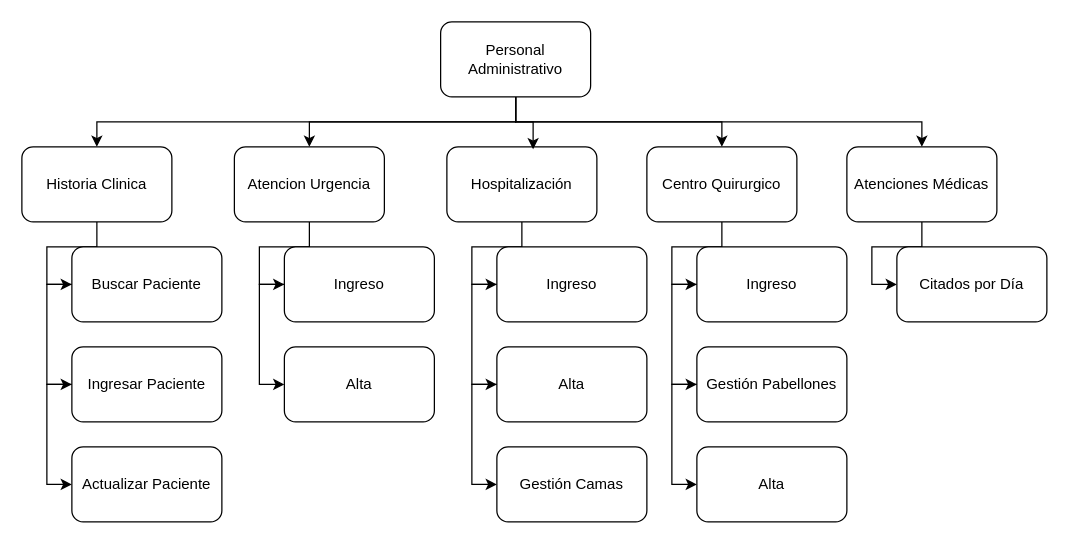
Above: page "Personal Administrativo" (1 of 3) of Diagrama sin título.drawio in JonaNomas/his-diagram (draw.io), before the change. Source tidied: cells renumbered, new cells numbered last; positions are measured from the earlier drawing's top-left corner, leaving out a move shared by most shapes. Both pictures are drawn from the tidied source at 125%, with x=0, y=0 at pixel (21, 21).
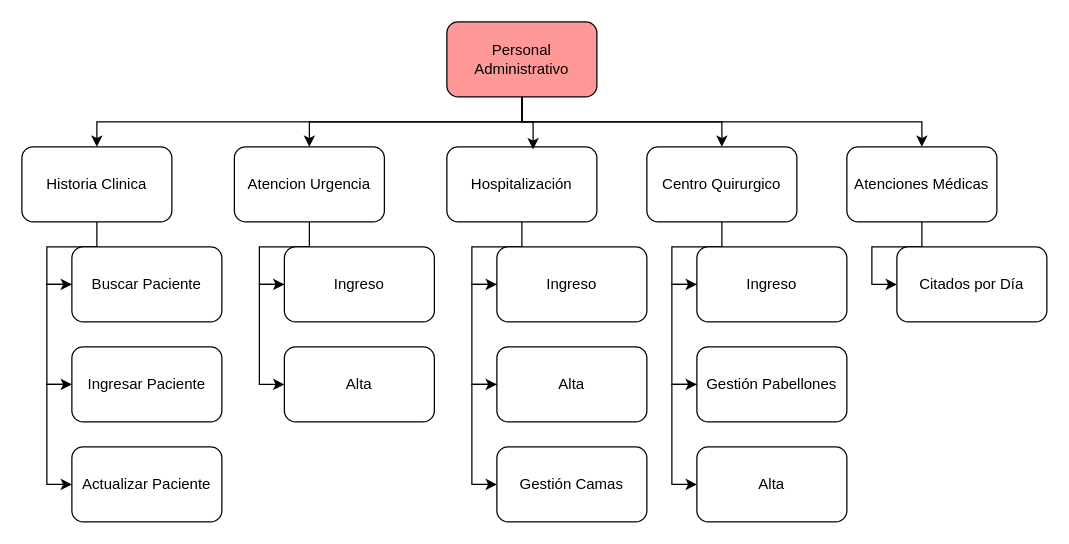
After the change.

The edit, as a diff of the source:
```diff
@@
-    <mxCell id="6" value="Personal Administrativo" style="rounded=1;whiteSpace=wrap;html=1;" parent="1" vertex="1">
-      <mxGeometry x="335" width="120" height="60" as="geometry" />
+    <mxCell id="6" value="Personal Administrativo" style="rounded=1;whiteSpace=wrap;html=1;fillColor=#FF9999;" parent="1" vertex="1">
+      <mxGeometry x="340" width="120" height="60" as="geometry" />
     </mxCell>
```
